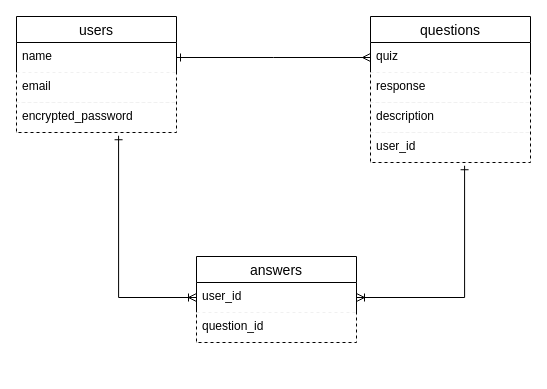
This is ER図.dio from 95yuki0305/LAQ, a draw.io file, before an edit. Source tidied: cells renumbered, new cells numbered last; positions are measured from the earlier drawing's top-left corner, leaving out a move shared by most shapes. Both pictures are drawn from the tidied source at 100%, with x=0, y=0 at pixel (16, 16).
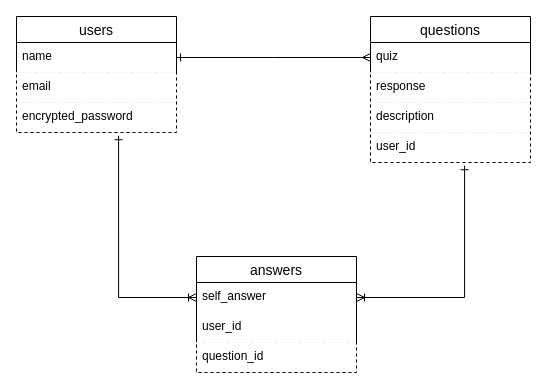
Above is the later version.

Diff of the diagram source:
```diff
@@
     <mxCell id="12" value="answers" style="swimlane;fontStyle=0;horizontal=1;startSize=26;align=center;fontSize=14;" parent="1" vertex="1">
-      <mxGeometry x="180" y="240" width="160" height="86" as="geometry" />
+      <mxGeometry x="180" y="240" width="160" height="116" as="geometry" />
     </mxCell>
-    <mxCell id="13" value="user_id" style="text;strokeColor=none;fillColor=none;spacingLeft=4;spacingRight=4;overflow=hidden;points=[[0,0.5],[1,0.5]];portConstraint=eastwest;fontSize=12;" parent="12" vertex="1">
+    <mxCell id="13" value="self_answer" style="text;strokeColor=none;fillColor=none;spacingLeft=4;spacingRight=4;overflow=hidden;points=[[0,0.5],[1,0.5]];portConstraint=eastwest;fontSize=12;" parent="12" vertex="1">
       <mxGeometry y="26" width="160" height="30" as="geometry" />
     </mxCell>
+    <mxCell id="17" value="user_id" style="text;strokeColor=none;fillColor=none;spacingLeft=4;spacingRight=4;overflow=hidden;fontSize=12;" parent="12" vertex="1">
+      <mxGeometry y="56" width="160" height="30" as="geometry" />
+    </mxCell>
     <mxCell id="14" value="question_id" style="text;fillColor=none;spacingLeft=4;spacingRight=4;overflow=hidden;fontSize=12;rounded=0;strokeColor=#f0f0f0;dashed=1;" parent="12" vertex="1">
-      <mxGeometry y="56" width="160" height="30" as="geometry" />
+      <mxGeometry y="86" width="160" height="30" as="geometry" />
     </mxCell>
```
